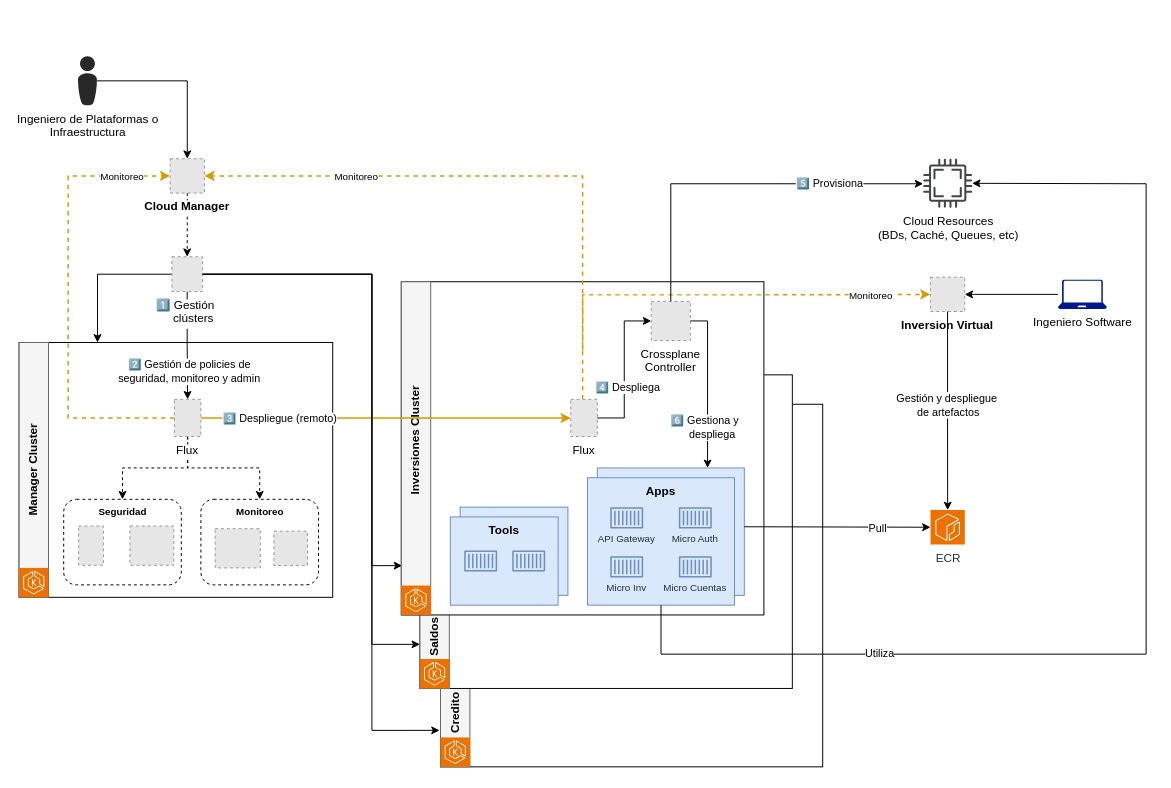
Above: page "Arq-Soluciones-GitOps" (3 of 3) of assets/esquemas.drawio in lima-demos-days/CloudManager (draw.io), before the change. Source tidied: cells renumbered, new cells numbered last; positions are measured from the earlier drawing's top-left corner, leaving out a move shared by most shapes. Both pictures are drawn from the tidied source at 98%, with x=0, y=0 at pixel (-46, 56). Pictures stored in the file or linked from it are replaced by grey dashed boxes.
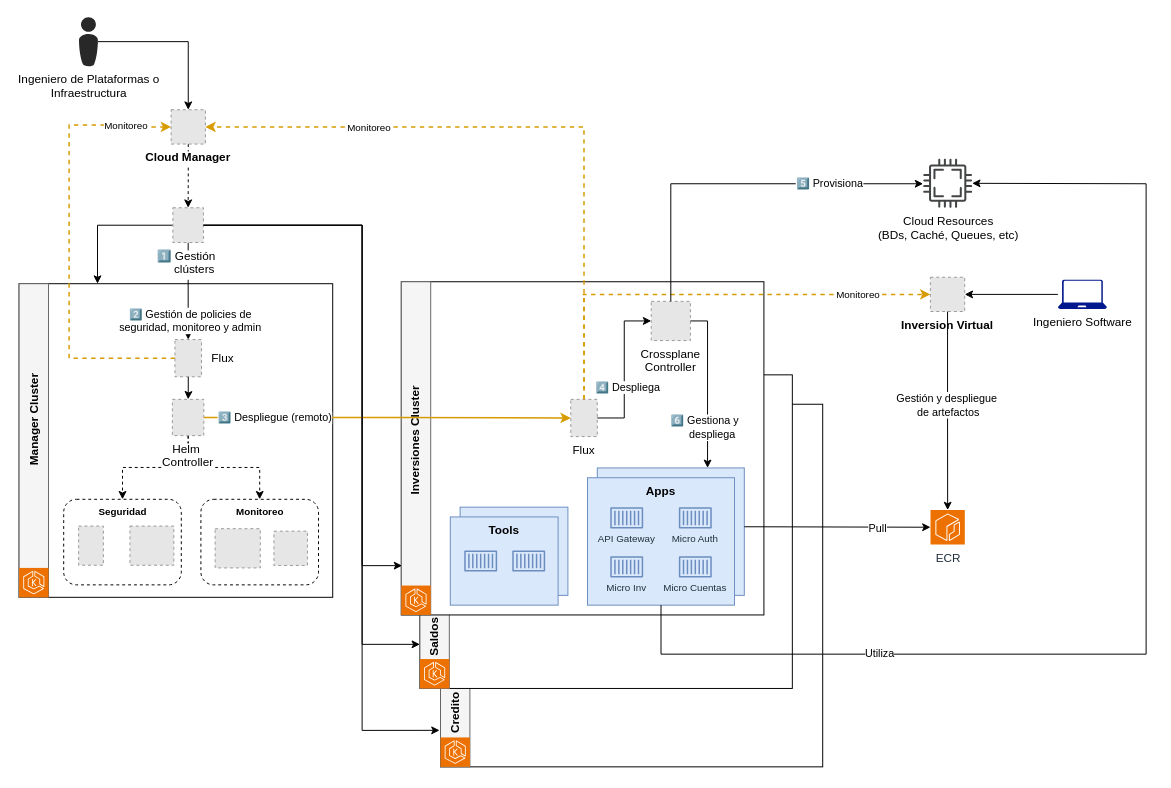
After the change.

The change refers to these unchanged cells:
```xml
<mxCell id="2" style="group;" parent="1" vertex="1">
  <mxGeometry x="66" y="292" width="320" height="260" as="geometry" />
</mxCell>
<mxCell id="10" value="&lt;b&gt;Seguridad&lt;/b&gt;" style="rounded=1;whiteSpace=wrap;html=1;dashed=1;fontSize=10;verticalAlign=top;" parent="9" vertex="1">
  <mxGeometry width="120" height="87.3" as="geometry" />
</mxCell>
<mxCell id="14" value="&lt;b&gt;Monitoreo&lt;/b&gt;" style="rounded=1;whiteSpace=wrap;html=1;dashed=1;fontSize=10;verticalAlign=top;" parent="13" vertex="1">
  <mxGeometry width="120" height="87.3" as="geometry" />
</mxCell>
<mxCell id="21" style="edgeStyle=orthogonalEdgeStyle;rounded=0;jettySize=auto;html=1;entryX=0.5;entryY=0;entryDx=0;entryDy=0;" parent="1" edge="1" source="24" target="8">
  <mxGeometry relative="1" as="geometry" />
</mxCell>
<mxCell id="30" value="Credito" style="text;html=1;align=center;verticalAlign=middle;whiteSpace=wrap;rounded=0;rotation=-90;fontStyle=1;" parent="27" vertex="1">
  <mxGeometry x="-45" y="130" width="120" height="30" as="geometry" />
</mxCell>
<mxCell id="34" value="Saldos Cluster" style="text;html=1;align=center;verticalAlign=middle;whiteSpace=wrap;rounded=0;rotation=-90;fontStyle=1;" parent="26" vertex="1">
  <mxGeometry x="-45" y="110" width="120" height="30" as="geometry" />
</mxCell>
<mxCell id="37" style="rounded=0;whiteSpace=wrap;html=1;fillColor=#f5f5f5;fontColor=#333333;strokeColor=#666666;" parent="25" vertex="1">
  <mxGeometry y="-90" width="30" height="340" as="geometry" />
</mxCell>
<mxCell id="39" value="Flux" style="fillColor=#E6E6E6;strokeColor=#999999;dashed=1;verticalLabelPosition=bottom;labelBackgroundColor=default;verticalAlign=top;" parent="25" vertex="1">
  <mxGeometry x="172.9" y="30" width="27.1" height="38" as="geometry" />
</mxCell>
<mxCell id="77" value="Inversion Virtual" style="fillColor=#E6E6E6;strokeColor=#999999;dashed=1;verticalLabelPosition=bottom;labelBackgroundColor=default;verticalAlign=top;fontStyle=1;" parent="1" vertex="1">
  <mxGeometry x="995.9" y="225.4" width="35" height="35" as="geometry" />
</mxCell>
```

The edit, as a diff of the source:
```diff
@@
     <mxCell id="3" style="rounded=0;whiteSpace=wrap;html=1;" parent="2" vertex="1">
-      <mxGeometry width="320" height="260" as="geometry" />
+      <mxGeometry y="-60" width="320" height="320" as="geometry" />
     </mxCell>
     <mxCell id="4" style="rounded=0;whiteSpace=wrap;html=1;fillColor=#f5f5f5;fontColor=#333333;strokeColor=#666666;" parent="2" vertex="1">
-      <mxGeometry width="30" height="260" as="geometry" />
+      <mxGeometry y="-60" width="30" height="320" as="geometry" />
     </mxCell>
     <mxCell id="5" value="Manager Cluster" style="text;html=1;align=center;verticalAlign=middle;whiteSpace=wrap;rounded=0;rotation=-90;fontStyle=1;" parent="2" vertex="1">
-      <mxGeometry x="-66" y="113.6" width="162" height="32.7" as="geometry" />
+      <mxGeometry x="-66" y="62.3" width="162" height="32.7" as="geometry" />
     </mxCell>
-    <mxCell id="6" style="edgeStyle=orthogonalEdgeStyle;rounded=0;jettySize=auto;html=1;entryX=0.5;entryY=0;entryDx=0;entryDy=0;curved=0;dashed=1;" parent="2" edge="1" source="8" target="10">
-      <mxGeometry relative="1" as="geometry" />
-    </mxCell>
-    <mxCell id="7" style="edgeStyle=orthogonalEdgeStyle;rounded=0;jettySize=auto;html=1;dashed=1;" parent="2" edge="1" source="8" target="14">
-      <mxGeometry relative="1" as="geometry" />
-    </mxCell>
-    <mxCell id="8" value="Flux" style="fillColor=#E6E6E6;strokeColor=#999999;dashed=1;verticalLabelPosition=bottom;labelBackgroundColor=default;verticalAlign=top;" parent="2" vertex="1">
-      <mxGeometry x="158.4" y="58" width="27.1" height="38" as="geometry" />
-    </mxCell>
@@
+    <mxCell id="92" style="edgeStyle=orthogonalEdgeStyle;rounded=0;jettySize=auto;html=1;dashed=1;" parent="2" edge="1" source="94" target="10">
+      <mxGeometry relative="1" as="geometry" />
+    </mxCell>
+    <mxCell id="93" style="edgeStyle=orthogonalEdgeStyle;rounded=0;jettySize=auto;html=1;dashed=1;" parent="2" edge="1" source="94" target="14">
+      <mxGeometry relative="1" as="geometry" />
+    </mxCell>
+    <mxCell id="94" value="Helm &#10;Controller" style="fillColor=#E6E6E6;strokeColor=#999999;dashed=1;verticalLabelPosition=bottom;labelBackgroundColor=default;verticalAlign=top;" parent="2" vertex="1">
+      <mxGeometry x="156.4" y="58" width="32.1" height="37" as="geometry" />
+    </mxCell>
+    <mxCell id="8" style="fillColor=#E6E6E6;strokeColor=#999999;dashed=1;verticalLabelPosition=bottom;labelBackgroundColor=default;verticalAlign=top;" parent="2" vertex="1">
+      <mxGeometry x="159" y="-3" width="27.1" height="38" as="geometry" />
+    </mxCell>
+    <mxCell id="95" style="edgeStyle=orthogonalEdgeStyle;rounded=0;jettySize=auto;html=1;entryX=0.5;entryY=0;entryDx=0;entryDy=0;" parent="2" edge="1" source="8" target="94">
+      <mxGeometry relative="1" as="geometry" />
+    </mxCell>
+    <mxCell id="96" value="&lt;span style=&quot;text-wrap-mode: nowrap; background-color: rgb(255, 255, 255);&quot;&gt;Flux&lt;/span&gt;" style="text;html=1;align=center;verticalAlign=middle;whiteSpace=wrap;rounded=0;" parent="2" vertex="1">
+      <mxGeometry x="177.5" y="1" width="60" height="30" as="geometry" />
+    </mxCell>
@@
     <mxCell id="19" value="Ingeniero de Plataformas o&lt;div&gt;Infraestructura&lt;/div&gt;" style="verticalLabelPosition=bottom;sketch=0;html=1;fillColor=#282828;strokeColor=none;verticalAlign=top;align=center;shape=mxgraph.cisco_safe.people_places_things_icons.icon8;" parent="1" vertex="1">
-      <mxGeometry x="126" width="19.5" height="50" as="geometry" />
+      <mxGeometry x="127" y="-40" width="19.5" height="50" as="geometry" />
     </mxCell>
     <mxCell id="20" style="edgeStyle=orthogonalEdgeStyle;rounded=0;jettySize=auto;html=1;entryX=0.25;entryY=0;entryDx=0;entryDy=0;" parent="1" edge="1" source="24" target="3">
       <mxGeometry relative="1" as="geometry">
         <Array as="points">
-          <mxPoint x="146" y="222" />
+          <mxPoint x="146" y="172" />
         </Array>
       </mxGeometry>
     </mxCell>
@@
     <mxCell id="22" value="&amp;nbsp;2️⃣ Gestión de policies de&lt;div&gt;&amp;nbsp;seguridad, monitoreo y admin&lt;/div&gt;" style="edgeLabel;html=1;align=center;verticalAlign=middle;" parent="21" vertex="1">
       <mxGeometry x="0.64" y="-1" relative="1" as="geometry">
-        <mxPoint x="1" y="-9" as="offset" />
+        <mxPoint x="1" y="-1" as="offset" />
       </mxGeometry>
     </mxCell>
     <mxCell id="23" style="edgeStyle=orthogonalEdgeStyle;rounded=0;jettySize=auto;html=1;entryX=0.25;entryY=0;entryDx=0;entryDy=0;" parent="1" edge="1" source="24" target="34">
       <mxGeometry relative="1" as="geometry">
         <Array as="points">
-          <mxPoint x="426" y="222" />
-          <mxPoint x="426" y="600" />
+          <mxPoint x="416" y="172" />
+          <mxPoint x="416" y="600" />
         </Array>
       </mxGeometry>
     </mxCell>
     <mxCell id="24" value="1️⃣ Gestión &#10;    clústers" style="fillColor=#E6E6E6;strokeColor=#999999;dashed=1;verticalLabelPosition=bottom;labelBackgroundColor=default;verticalAlign=top;" parent="1" vertex="1">
-      <mxGeometry x="221.9" y="204.5" width="31.2" height="35.5" as="geometry" />
+      <mxGeometry x="222.9" y="154.5" width="31.2" height="35.5" as="geometry" />
     </mxCell>
@@
     <mxCell id="68" value="Cloud Manager" style="fillColor=#E6E6E6;strokeColor=#999999;dashed=1;verticalLabelPosition=bottom;labelBackgroundColor=default;verticalAlign=top;fontStyle=1;" parent="1" vertex="1">
-      <mxGeometry x="220.1" y="104.5" width="35" height="35" as="geometry" />
+      <mxGeometry x="221.1" y="54.5" width="35" height="35" as="geometry" />
     </mxCell>
-    <mxCell id="69" style="edgeStyle=orthogonalEdgeStyle;rounded=0;jettySize=auto;html=1;entryX=0;entryY=0.5;entryDx=0;entryDy=0;fillColor=#ffe6cc;strokeColor=#d79b00;strokeWidth=1.5;" parent="1" edge="1" source="8" target="39">
+    <mxCell id="69" style="edgeStyle=orthogonalEdgeStyle;rounded=0;jettySize=auto;html=1;entryX=0;entryY=0.5;entryDx=0;entryDy=0;fillColor=#ffe6cc;strokeColor=#d79b00;strokeWidth=1.5;exitX=1;exitY=0.5;exitDx=0;exitDy=0;" parent="1" edge="1" source="94" target="39">
       <mxGeometry relative="1" as="geometry" />
     </mxCell>
     <mxCell id="70" value="3️⃣ Despliegue (remoto)" style="edgeLabel;html=1;align=center;verticalAlign=middle;" parent="69" vertex="1">
       <mxGeometry x="-0.13" y="1" relative="1" as="geometry">
-        <mxPoint x="-84" y="1" as="offset" />
+        <mxPoint x="-91" y="1" as="offset" />
       </mxGeometry>
     </mxCell>
-    <mxCell id="71" style="edgeStyle=orthogonalEdgeStyle;rounded=0;jettySize=auto;html=1;entryX=0;entryY=0.5;entryDx=0;entryDy=0;fillColor=#ffe6cc;strokeColor=#d79b00;dashed=1;strokeWidth=1.5;" parent="1" edge="1" source="8" target="68">
+    <mxCell id="71" style="edgeStyle=orthogonalEdgeStyle;rounded=0;jettySize=auto;html=1;entryX=0;entryY=0.5;entryDx=0;entryDy=0;fillColor=#ffe6cc;strokeColor=#d79b00;dashed=1;strokeWidth=1.5;exitX=0;exitY=0.5;exitDx=0;exitDy=0;" parent="1" edge="1" source="8" target="68">
       <mxGeometry relative="1" as="geometry">
         <Array as="points">
-          <mxPoint x="116" y="369" />
-          <mxPoint x="116" y="122" />
+          <mxPoint x="117" y="308" />
+          <mxPoint x="117" y="70" />
+          <mxPoint x="196" y="70" />
+          <mxPoint x="196" y="72" />
         </Array>
       </mxGeometry>
     </mxCell>
@@
-    <mxCell id="73" style="edgeStyle=orthogonalEdgeStyle;rounded=0;jettySize=auto;html=1;entryX=1;entryY=0.5;entryDx=0;entryDy=0;fillColor=#ffe6cc;strokeColor=#d79b00;dashed=1;strokeWidth=1.5;" parent="1" edge="1" source="39" target="68">
+    <mxCell id="73" style="edgeStyle=orthogonalEdgeStyle;rounded=0;jettySize=auto;html=1;entryX=1;entryY=0.5;entryDx=0;entryDy=0;fillColor=#ffe6cc;strokeColor=#d79b00;dashed=1;strokeWidth=1.5;exitX=0.5;exitY=0;exitDx=0;exitDy=0;" parent="1" edge="1" source="39" target="68">
       <mxGeometry relative="1" as="geometry">
         <Array as="points">
-          <mxPoint x="641" y="122" />
+          <mxPoint x="642" y="72" />
         </Array>
       </mxGeometry>
     </mxCell>
@@
     <mxCell id="75" style="edgeStyle=orthogonalEdgeStyle;rounded=0;jettySize=auto;html=1;entryX=0.027;entryY=0.852;entryDx=0;entryDy=0;entryPerimeter=0;" parent="1" edge="1" source="24" target="37">
       <mxGeometry relative="1" as="geometry">
         <Array as="points">
-          <mxPoint x="426" y="222" />
-          <mxPoint x="426" y="520" />
-          <mxPoint x="457" y="520" />
+          <mxPoint x="416" y="172" />
+          <mxPoint x="416" y="520" />
         </Array>
       </mxGeometry>
     </mxCell>
     <mxCell id="76" style="edgeStyle=orthogonalEdgeStyle;rounded=0;jettySize=auto;html=1;entryX=0.352;entryY=-0.032;entryDx=0;entryDy=0;entryPerimeter=0;" parent="1" edge="1" source="24" target="30">
       <mxGeometry relative="1" as="geometry">
         <Array as="points">
-          <mxPoint x="426" y="222" />
-          <mxPoint x="426" y="688" />
+          <mxPoint x="416" y="172" />
+          <mxPoint x="416" y="688" />
         </Array>
       </mxGeometry>
     </mxCell>
@@
-    <mxCell id="80" style="edgeStyle=orthogonalEdgeStyle;rounded=0;jettySize=auto;html=1;entryX=0;entryY=0.5;entryDx=0;entryDy=0;fillColor=#ffe6cc;strokeColor=#d79b00;dashed=1;strokeWidth=1.5;" parent="1" edge="1" target="77">
+    <mxCell id="80" style="edgeStyle=orthogonalEdgeStyle;rounded=0;jettySize=auto;html=1;entryX=0;entryY=0.5;entryDx=0;entryDy=0;fillColor=#ffe6cc;strokeColor=#d79b00;dashed=1;strokeWidth=1.5;exitX=0.5;exitY=0;exitDx=0;exitDy=0;" parent="1" edge="1" source="39" target="77">
       <mxGeometry relative="1" as="geometry">
-        <mxPoint x="641.1" y="300" as="sourcePoint" />
         <Array as="points">
-          <mxPoint x="641" y="243.4" />
-          <mxPoint x="826" y="243.4" />
+          <mxPoint x="643" y="243" />
+          <mxPoint x="641" y="243" />
         </Array>
       </mxGeometry>
     </mxCell>
```
